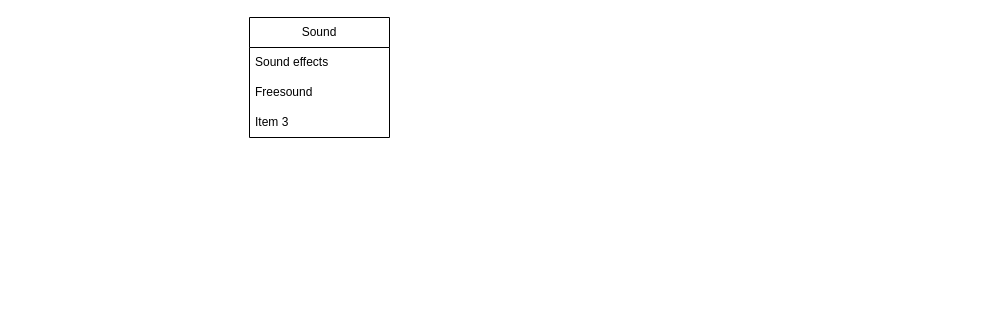
The draw.io diagram page "Resources" (4 of 5) of Link_Bookmarks.drawio in sunflynf/diagram-only, before the edit. Source tidied: cells renumbered, new cells numbered last; positions are measured from the earlier drawing's top-left corner, leaving out a move shared by most shapes. Both pictures are drawn from the tidied source at 100%, with x=0, y=0 at pixel (249, 17).
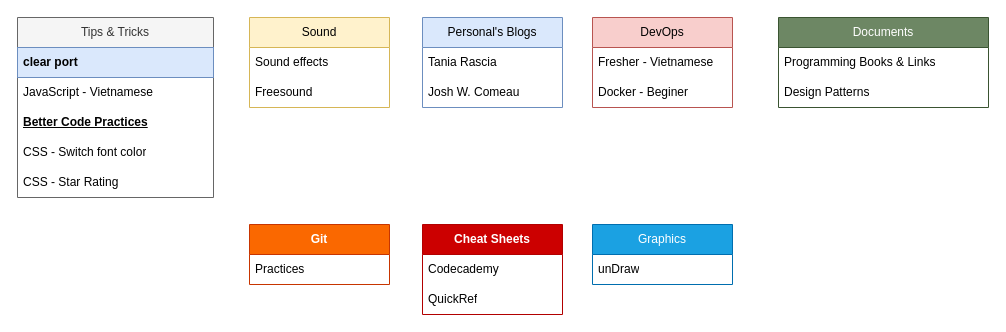
The same diagram, later.

Change to the diagram source:
```diff
@@
-    <mxCell id="2" value="Sound" style="swimlane;fontStyle=0;horizontal=1;startSize=30;whiteSpace=wrap;html=1;" parent="1" vertex="1">
-      <mxGeometry width="140" height="120" as="geometry" />
+    <mxCell id="2" value="Sound" style="swimlane;fontStyle=0;horizontal=1;startSize=30;whiteSpace=wrap;html=1;fillColor=#fff2cc;strokeColor=#d6b656;" parent="1" vertex="1">
+      <mxGeometry width="140" height="90" as="geometry" />
     </mxCell>
@@
-    <mxCell id="5" value="Item 3" style="text;strokeColor=none;fillColor=none;align=left;verticalAlign=middle;spacingLeft=4;spacingRight=4;overflow=hidden;whiteSpace=wrap;html=1;" parent="2" vertex="1">
-      <mxGeometry y="90" width="140" height="30" as="geometry" />
-    </mxCell>
+    <mxCell id="6" value="Personal's Blogs" style="swimlane;fontStyle=0;horizontal=1;startSize=30;whiteSpace=wrap;html=1;fillColor=#dae8fc;strokeColor=#6c8ebf;" parent="1" vertex="1">
+      <mxGeometry x="173" width="140" height="90" as="geometry" />
+    </mxCell>
+    <mxCell id="7" value="Tania Rascia" style="text;strokeColor=none;fillColor=none;align=left;verticalAlign=middle;spacingLeft=4;spacingRight=4;overflow=hidden;whiteSpace=wrap;html=1;" parent="6" vertex="1">
+      <mxGeometry y="30" width="140" height="30" as="geometry" />
+    </mxCell>
+    <mxCell id="8" value="Josh W. Comeau" style="text;strokeColor=none;fillColor=none;align=left;verticalAlign=middle;spacingLeft=4;spacingRight=4;overflow=hidden;whiteSpace=wrap;html=1;" parent="6" vertex="1">
+      <mxGeometry y="60" width="140" height="30" as="geometry" />
+    </mxCell>
+    <mxCell id="9" value="Tips &amp;amp; Tricks" style="swimlane;fontStyle=0;horizontal=1;startSize=30;whiteSpace=wrap;html=1;fillColor=#f5f5f5;fontColor=#333333;strokeColor=#666666;" parent="1" vertex="1">
+      <mxGeometry x="-232" width="196" height="180" as="geometry" />
+    </mxCell>
+    <mxCell id="10" value="clear port" style="text;strokeColor=#6c8ebf;fillColor=#dae8fc;align=left;verticalAlign=middle;spacingLeft=4;spacingRight=4;overflow=hidden;whiteSpace=wrap;html=1;fontStyle=1;" parent="9" vertex="1">
+      <mxGeometry y="30" width="196" height="30" as="geometry" />
+    </mxCell>
+    <mxCell id="11" value="JavaScript - Vietnamese" style="text;strokeColor=none;fillColor=none;align=left;verticalAlign=middle;spacingLeft=4;spacingRight=4;overflow=hidden;whiteSpace=wrap;html=1;" parent="9" vertex="1">
+      <mxGeometry y="60" width="196" height="30" as="geometry" />
+    </mxCell>
+    <mxCell id="12" value="Better Code Practices" style="text;strokeColor=none;fillColor=none;align=left;verticalAlign=middle;spacingLeft=4;spacingRight=4;overflow=hidden;whiteSpace=wrap;html=1;fontStyle=5;" parent="9" vertex="1">
+      <mxGeometry y="90" width="196" height="30" as="geometry" />
+    </mxCell>
+    <mxCell id="13" value="CSS - Switch font color" style="text;strokeColor=none;fillColor=none;align=left;verticalAlign=middle;spacingLeft=4;spacingRight=4;overflow=hidden;whiteSpace=wrap;html=1;" parent="9" vertex="1">
+      <mxGeometry y="120" width="196" height="30" as="geometry" />
+    </mxCell>
+    <mxCell id="14" value="CSS - Star Rating" style="text;strokeColor=none;fillColor=none;align=left;verticalAlign=middle;spacingLeft=4;spacingRight=4;overflow=hidden;whiteSpace=wrap;html=1;" parent="9" vertex="1">
+      <mxGeometry y="150" width="196" height="30" as="geometry" />
+    </mxCell>
+    <mxCell id="15" value="DevOps" style="swimlane;fontStyle=0;horizontal=1;startSize=30;whiteSpace=wrap;html=1;fillColor=#f8cecc;strokeColor=#b85450;" parent="1" vertex="1">
+      <mxGeometry x="343" width="140" height="90" as="geometry" />
+    </mxCell>
+    <mxCell id="16" value="Fresher - Vietnamese" style="text;strokeColor=none;fillColor=none;align=left;verticalAlign=middle;spacingLeft=4;spacingRight=4;overflow=hidden;whiteSpace=wrap;html=1;" parent="15" vertex="1">
+      <mxGeometry y="30" width="140" height="30" as="geometry" />
+    </mxCell>
+    <mxCell id="17" value="Docker - Beginer" style="text;strokeColor=none;fillColor=none;align=left;verticalAlign=middle;spacingLeft=4;spacingRight=4;overflow=hidden;whiteSpace=wrap;html=1;" parent="15" vertex="1">
+      <mxGeometry y="60" width="140" height="30" as="geometry" />
+    </mxCell>
+    <mxCell id="18" value="Git" style="swimlane;fontStyle=1;horizontal=1;startSize=30;whiteSpace=wrap;html=1;fillColor=#fa6800;strokeColor=#C73500;fontColor=#ffffff;" parent="1" vertex="1">
+      <mxGeometry y="207" width="140" height="60" as="geometry" />
+    </mxCell>
+    <mxCell id="19" value="Practices" style="text;strokeColor=none;fillColor=none;align=left;verticalAlign=middle;spacingLeft=4;spacingRight=4;overflow=hidden;whiteSpace=wrap;html=1;" parent="18" vertex="1">
+      <mxGeometry y="30" width="140" height="30" as="geometry" />
+    </mxCell>
+    <mxCell id="20" value="Documents" style="swimlane;fontStyle=0;horizontal=1;startSize=30;whiteSpace=wrap;html=1;fillColor=#6d8764;fontColor=#ffffff;strokeColor=#3A5431;" parent="1" vertex="1">
+      <mxGeometry x="529" width="210" height="90" as="geometry" />
+    </mxCell>
+    <mxCell id="21" value="Programming Books &amp;amp; Links" style="text;strokeColor=none;fillColor=none;align=left;verticalAlign=middle;spacingLeft=4;spacingRight=4;overflow=hidden;whiteSpace=wrap;html=1;" parent="20" vertex="1">
+      <mxGeometry y="30" width="210" height="30" as="geometry" />
+    </mxCell>
+    <mxCell id="22" value="Design Patterns" style="text;strokeColor=none;fillColor=none;align=left;verticalAlign=middle;spacingLeft=4;spacingRight=4;overflow=hidden;whiteSpace=wrap;html=1;" parent="20" vertex="1">
+      <mxGeometry y="60" width="210" height="30" as="geometry" />
+    </mxCell>
+    <mxCell id="23" value="Cheat Sheets" style="swimlane;fontStyle=1;horizontal=1;startSize=30;whiteSpace=wrap;html=1;fillColor=#CC0000;fontColor=#ffffff;strokeColor=#B20000;" parent="1" vertex="1">
+      <mxGeometry x="173" y="207" width="140" height="90" as="geometry" />
+    </mxCell>
+    <mxCell id="24" value="Codecademy" style="text;strokeColor=none;fillColor=none;align=left;verticalAlign=middle;spacingLeft=4;spacingRight=4;overflow=hidden;whiteSpace=wrap;html=1;" parent="23" vertex="1">
+      <mxGeometry y="30" width="140" height="30" as="geometry" />
+    </mxCell>
+    <mxCell id="25" value="QuickRef" style="text;strokeColor=none;fillColor=none;align=left;verticalAlign=middle;spacingLeft=4;spacingRight=4;overflow=hidden;whiteSpace=wrap;html=1;" parent="23" vertex="1">
+      <mxGeometry y="60" width="140" height="30" as="geometry" />
+    </mxCell>
+    <mxCell id="26" value="Graphics" style="swimlane;fontStyle=0;horizontal=1;startSize=30;whiteSpace=wrap;html=1;fillColor=#1ba1e2;strokeColor=#006EAF;fontColor=#ffffff;" parent="1" vertex="1">
+      <mxGeometry x="343" y="207" width="140" height="60" as="geometry" />
+    </mxCell>
+    <mxCell id="27" value="unDraw" style="text;strokeColor=none;fillColor=none;align=left;verticalAlign=middle;spacingLeft=4;spacingRight=4;overflow=hidden;whiteSpace=wrap;html=1;" parent="26" vertex="1">
+      <mxGeometry y="30" width="140" height="30" as="geometry" />
+    </mxCell>
```
